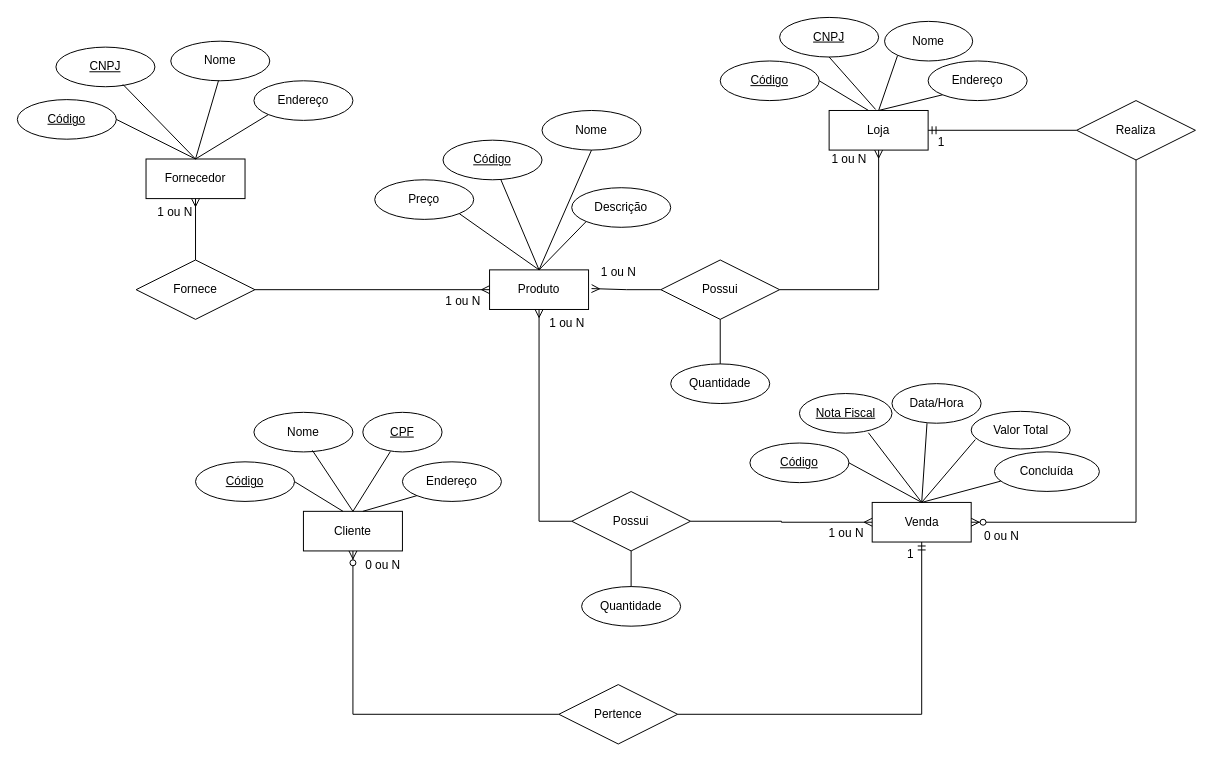
Above: .gitlab/raro_geek.drawio in sabrinagomesb/raro-academy-09-geek-store (draw.io), before the change. Source tidied: cells renumbered, new cells numbered last; positions are measured from the earlier drawing's top-left corner, leaving out a move shared by most shapes. Both pictures are drawn from the tidied source at 99%, with x=0, y=0 at pixel (17, 17).
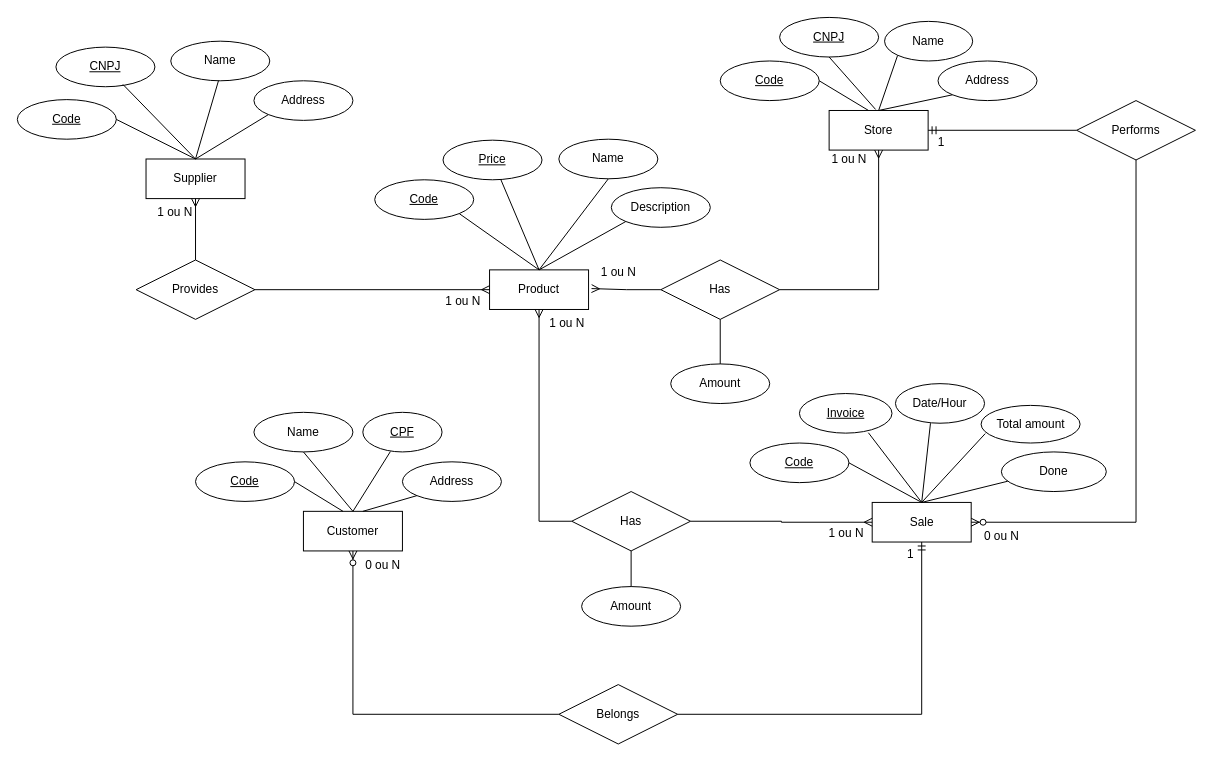
The same page after the edit.

Commit message (it also covers changes not shown here):
docs: elabora diagrama de modelo lógico relacional

What changed in the source:
```diff
@@
-    <mxCell id="2" value="Produto" style="whiteSpace=wrap;html=1;align=center;" parent="1" vertex="1">
+    <mxCell id="2" value="Product" style="whiteSpace=wrap;html=1;align=center;" parent="1" vertex="1">
       <mxGeometry x="477" y="255.1" width="100" height="40" as="geometry" />
     </mxCell>
-    <mxCell id="3" value="Código" style="ellipse;whiteSpace=wrap;html=1;align=center;fontStyle=4;" parent="1" vertex="1">
+    <mxCell id="3" value="Price" style="ellipse;whiteSpace=wrap;html=1;align=center;fontStyle=4;" parent="1" vertex="1">
       <mxGeometry x="430" y="124.1" width="100" height="40" as="geometry" />
     </mxCell>
-    <mxCell id="4" value="Nome" style="ellipse;whiteSpace=wrap;html=1;align=center;" parent="1" vertex="1">
-      <mxGeometry x="530" y="94.1" width="100" height="40" as="geometry" />
+    <mxCell id="4" value="Name" style="ellipse;whiteSpace=wrap;html=1;align=center;" parent="1" vertex="1">
+      <mxGeometry x="547" y="123.1" width="100" height="40" as="geometry" />
     </mxCell>
-    <mxCell id="5" value="Descrição" style="ellipse;whiteSpace=wrap;html=1;align=center;" parent="1" vertex="1">
-      <mxGeometry x="560" y="172.1" width="100" height="40" as="geometry" />
+    <mxCell id="5" value="Description" style="ellipse;whiteSpace=wrap;html=1;align=center;" parent="1" vertex="1">
+      <mxGeometry x="600" y="172.1" width="100" height="40" as="geometry" />
     </mxCell>
-    <mxCell id="6" value="Preço" style="ellipse;whiteSpace=wrap;html=1;align=center;" parent="1" vertex="1">
+    <mxCell id="6" value="&lt;u&gt;Code&lt;/u&gt;" style="ellipse;whiteSpace=wrap;html=1;align=center;" parent="1" vertex="1">
       <mxGeometry x="361" y="164.1" width="100" height="40" as="geometry" />
     </mxCell>
@@
-    <mxCell id="11" value="Fornecedor" style="whiteSpace=wrap;html=1;align=center;" parent="1" vertex="1">
+    <mxCell id="11" value="Supplier" style="whiteSpace=wrap;html=1;align=center;" parent="1" vertex="1">
       <mxGeometry x="130" y="143.1" width="100" height="40" as="geometry" />
     </mxCell>
-    <mxCell id="12" value="Código" style="ellipse;whiteSpace=wrap;html=1;align=center;fontStyle=4;" parent="1" vertex="1">
+    <mxCell id="12" value="Code" style="ellipse;whiteSpace=wrap;html=1;align=center;fontStyle=4;" parent="1" vertex="1">
       <mxGeometry y="83.1" width="100" height="40" as="geometry" />
     </mxCell>
-    <mxCell id="13" value="Nome" style="ellipse;whiteSpace=wrap;html=1;align=center;" parent="1" vertex="1">
+    <mxCell id="13" value="Name" style="ellipse;whiteSpace=wrap;html=1;align=center;" parent="1" vertex="1">
       <mxGeometry x="155" y="24.1" width="100" height="40" as="geometry" />
     </mxCell>
@@
-    <mxCell id="15" value="Endereço" style="ellipse;whiteSpace=wrap;html=1;align=center;" parent="1" vertex="1">
+    <mxCell id="15" value="Address" style="ellipse;whiteSpace=wrap;html=1;align=center;" parent="1" vertex="1">
       <mxGeometry x="239" y="64.1" width="100" height="40" as="geometry" />
     </mxCell>
@@
-    <mxCell id="20" value="Cliente" style="whiteSpace=wrap;html=1;align=center;" parent="1" vertex="1">
+    <mxCell id="20" value="Customer" style="whiteSpace=wrap;html=1;align=center;" parent="1" vertex="1">
       <mxGeometry x="289" y="499" width="100" height="40" as="geometry" />
     </mxCell>
-    <mxCell id="21" value="Código" style="ellipse;whiteSpace=wrap;html=1;align=center;fontStyle=4;" parent="1" vertex="1">
+    <mxCell id="21" value="Code" style="ellipse;whiteSpace=wrap;html=1;align=center;fontStyle=4;" parent="1" vertex="1">
       <mxGeometry x="180" y="449" width="100" height="40" as="geometry" />
     </mxCell>
@@
-    <mxCell id="23" value="Nome" style="ellipse;whiteSpace=wrap;html=1;align=center;" parent="1" vertex="1">
+    <mxCell id="23" value="Name" style="ellipse;whiteSpace=wrap;html=1;align=center;" parent="1" vertex="1">
       <mxGeometry x="239" y="399" width="100" height="40" as="geometry" />
     </mxCell>
-    <mxCell id="24" value="Endereço" style="ellipse;whiteSpace=wrap;html=1;align=center;" parent="1" vertex="1">
+    <mxCell id="24" value="Address" style="ellipse;whiteSpace=wrap;html=1;align=center;" parent="1" vertex="1">
       <mxGeometry x="389" y="449" width="100" height="40" as="geometry" />
     </mxCell>
@@
-    <mxCell id="26" style="endArrow=none;html=1;rounded=0;entryX=0.59;entryY=0.96;entryDx=0;entryDy=0;exitX=0.5;exitY=0;exitDx=0;exitDy=0;entryPerimeter=0;" parent="1" edge="1" source="20" target="23">
+    <mxCell id="26" style="endArrow=none;html=1;rounded=0;entryX=0.5;entryY=1;entryDx=0;entryDy=0;exitX=0.5;exitY=0;exitDx=0;exitDy=0;" parent="1" edge="1" source="20" target="23">
       <mxGeometry relative="1" as="geometry" />
     </mxCell>
@@
-    <mxCell id="29" value="Venda" style="whiteSpace=wrap;html=1;align=center;" parent="1" vertex="1">
+    <mxCell id="29" value="Sale" style="whiteSpace=wrap;html=1;align=center;" parent="1" vertex="1">
       <mxGeometry x="863.5" y="490" width="100" height="40" as="geometry" />
     </mxCell>
-    <mxCell id="30" value="Código" style="ellipse;whiteSpace=wrap;html=1;align=center;fontStyle=4;" parent="1" vertex="1">
+    <mxCell id="30" value="Code" style="ellipse;whiteSpace=wrap;html=1;align=center;fontStyle=4;" parent="1" vertex="1">
       <mxGeometry x="740" y="430" width="100" height="40" as="geometry" />
     </mxCell>
@@
-    <mxCell id="32" value="Nota Fiscal" style="ellipse;whiteSpace=wrap;html=1;align=center;fontStyle=4;" parent="1" vertex="1">
+    <mxCell id="32" value="Invoice" style="ellipse;whiteSpace=wrap;html=1;align=center;fontStyle=4;" parent="1" vertex="1">
       <mxGeometry x="790" y="380" width="93.5" height="40" as="geometry" />
     </mxCell>
@@
-    <mxCell id="35" value="Data/Hora" style="ellipse;whiteSpace=wrap;html=1;align=center;" parent="1" vertex="1">
-      <mxGeometry x="883.5" y="370" width="90" height="40" as="geometry" />
+    <mxCell id="35" value="Date/Hour" style="ellipse;whiteSpace=wrap;html=1;align=center;" parent="1" vertex="1">
+      <mxGeometry x="887" y="370" width="90" height="40" as="geometry" />
     </mxCell>
-    <mxCell id="36" value="Concluída" style="ellipse;whiteSpace=wrap;html=1;align=center;" parent="1" vertex="1">
-      <mxGeometry x="987" y="438.9" width="106" height="40" as="geometry" />
+    <mxCell id="36" value="Done" style="ellipse;whiteSpace=wrap;html=1;align=center;" parent="1" vertex="1">
+      <mxGeometry x="994" y="439" width="106" height="40" as="geometry" />
     </mxCell>
@@
-    <mxCell id="39" value="Valor Total" style="ellipse;whiteSpace=wrap;html=1;align=center;" parent="1" vertex="1">
-      <mxGeometry x="963.5" y="398" width="100" height="38" as="geometry" />
+    <mxCell id="39" value="Total amount" style="ellipse;whiteSpace=wrap;html=1;align=center;" parent="1" vertex="1">
+      <mxGeometry x="973.5" y="392" width="100" height="38" as="geometry" />
     </mxCell>
-    <mxCell id="40" value="Loja" style="whiteSpace=wrap;html=1;align=center;" parent="1" vertex="1">
+    <mxCell id="40" value="Store" style="whiteSpace=wrap;html=1;align=center;" parent="1" vertex="1">
       <mxGeometry x="820" y="94.1" width="100" height="40" as="geometry" />
     </mxCell>
-    <mxCell id="41" value="Código" style="ellipse;whiteSpace=wrap;html=1;align=center;fontStyle=4;" parent="1" vertex="1">
+    <mxCell id="41" value="Code" style="ellipse;whiteSpace=wrap;html=1;align=center;fontStyle=4;" parent="1" vertex="1">
       <mxGeometry x="710" y="44.1" width="100" height="40" as="geometry" />
     </mxCell>
@@
-    <mxCell id="45" value="Endereço" style="ellipse;whiteSpace=wrap;html=1;align=center;" parent="1" vertex="1">
-      <mxGeometry x="920" y="44.1" width="100" height="40" as="geometry" />
+    <mxCell id="45" value="Address" style="ellipse;whiteSpace=wrap;html=1;align=center;" parent="1" vertex="1">
+      <mxGeometry x="930" y="44.1" width="100" height="40" as="geometry" />
     </mxCell>
@@
-    <mxCell id="48" value="Nome" style="ellipse;whiteSpace=wrap;html=1;align=center;" parent="1" vertex="1">
+    <mxCell id="48" value="Name" style="ellipse;whiteSpace=wrap;html=1;align=center;" parent="1" vertex="1">
       <mxGeometry x="876" y="4.1" width="89" height="40" as="geometry" />
     </mxCell>
-    <mxCell id="49" value="Fornece" style="shape=rhombus;perimeter=rhombusPerimeter;whiteSpace=wrap;html=1;align=center;" parent="1" vertex="1">
+    <mxCell id="49" value="Provides" style="shape=rhombus;perimeter=rhombusPerimeter;whiteSpace=wrap;html=1;align=center;" parent="1" vertex="1">
       <mxGeometry x="120" y="245.1" width="120" height="60" as="geometry" />
     </mxCell>
@@
-    <mxCell id="52" value="Possui" style="shape=rhombus;perimeter=rhombusPerimeter;whiteSpace=wrap;html=1;align=center;" parent="1" vertex="1">
+    <mxCell id="52" value="Has" style="shape=rhombus;perimeter=rhombusPerimeter;whiteSpace=wrap;html=1;align=center;" parent="1" vertex="1">
       <mxGeometry x="650" y="245.1" width="120" height="60" as="geometry" />
     </mxCell>
@@
-    <mxCell id="55" value="Quantidade" style="ellipse;whiteSpace=wrap;html=1;align=center;" parent="1" vertex="1">
+    <mxCell id="55" value="Amount" style="ellipse;whiteSpace=wrap;html=1;align=center;" parent="1" vertex="1">
       <mxGeometry x="660" y="350.1" width="100" height="40" as="geometry" />
     </mxCell>
@@
-    <mxCell id="57" value="Realiza" style="shape=rhombus;perimeter=rhombusPerimeter;whiteSpace=wrap;html=1;align=center;" parent="1" vertex="1">
+    <mxCell id="57" value="Performs" style="shape=rhombus;perimeter=rhombusPerimeter;whiteSpace=wrap;html=1;align=center;" parent="1" vertex="1">
       <mxGeometry x="1070" y="84.1" width="120" height="60" as="geometry" />
     </mxCell>
@@
-    <mxCell id="66" value="Possui" style="shape=rhombus;perimeter=rhombusPerimeter;whiteSpace=wrap;html=1;align=center;" parent="1" vertex="1">
+    <mxCell id="66" value="Has" style="shape=rhombus;perimeter=rhombusPerimeter;whiteSpace=wrap;html=1;align=center;" parent="1" vertex="1">
       <mxGeometry x="560" y="479" width="120" height="60" as="geometry" />
     </mxCell>
@@
-    <mxCell id="69" value="Quantidade" style="ellipse;whiteSpace=wrap;html=1;align=center;" parent="1" vertex="1">
+    <mxCell id="69" value="Amount" style="ellipse;whiteSpace=wrap;html=1;align=center;" parent="1" vertex="1">
       <mxGeometry x="570" y="575" width="100" height="40" as="geometry" />
     </mxCell>
@@
-    <mxCell id="73" value="Pertence" style="shape=rhombus;perimeter=rhombusPerimeter;whiteSpace=wrap;html=1;align=center;" parent="1" vertex="1">
+    <mxCell id="73" value="Belongs" style="shape=rhombus;perimeter=rhombusPerimeter;whiteSpace=wrap;html=1;align=center;" parent="1" vertex="1">
       <mxGeometry x="547" y="674" width="120" height="60" as="geometry" />
     </mxCell>
```
